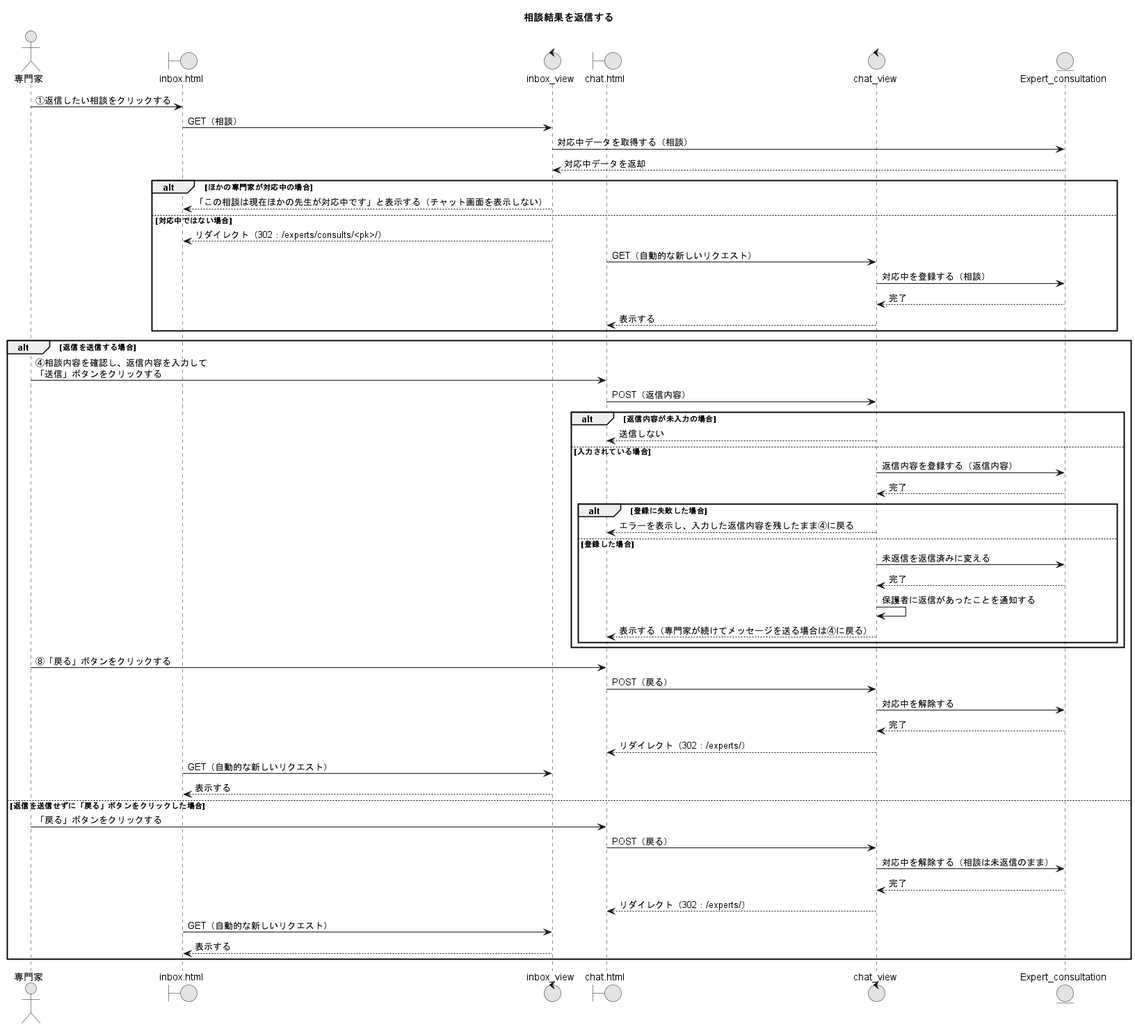
Earlier version of the PlantUML export PNG/12_相談結果を返信する.png (Ma2naga190330/26_sotugyou_puml). Its diagram source:
```plantuml
@startuml
title 相談結果を返信する
skinparam defaultFontName "Noto Sans CJK JP"
skinparam monochrome true

actor "専門家" as A
boundary "inbox.html" as IBP
control "inbox_view" as IBV
boundary "chat.html" as CP
control "chat_view" as CV
entity "Expert_consultation" as ECSM

A -> IBP : ①返信したい相談をクリックする
IBP -> IBV : GET（相談）
IBV -> ECSM : 対応中データを取得する（相談）
IBV <-- ECSM : 対応中データを返却
alt ほかの専門家が対応中の場合
  IBV --> IBP : 「この相談は現在ほかの先生が対応中です」と表示する（チャット画面を表示しない）
else 対応中ではない場合
  IBV --> IBP : リダイレクト（302：/experts/consults/<pk>/）
  CP -> CV : GET（自動的な新しいリクエスト）
  CV -> ECSM : 対応中を登録する（相談）
  CV <-- ECSM : 完了
  CV --> CP : 表示する
end

alt 返信を送信する場合
  A -> CP : ④相談内容を確認し、返信内容を入力して\n「送信」ボタンをクリックする
  CP -> CV : POST（返信内容）
  alt 返信内容が未入力の場合
    CV --> CP : 送信しない
  else 入力されている場合
    CV -> ECSM : 返信内容を登録する（返信内容）
    CV <-- ECSM : 完了
    alt 登録に失敗した場合
      CV --> CP : エラーを表示し、入力した返信内容を残したまま④に戻る
    else 登録した場合
      CV -> ECSM : 未返信を返信済みに変える
      CV <-- ECSM : 完了
      CV -> CV : 保護者に返信があったことを通知する
      CV --> CP : 表示する（専門家が続けてメッセージを送る場合は④に戻る）
    end
  end
  A -> CP : ⑧「戻る」ボタンをクリックする
  CP -> CV : POST（戻る）
  CV -> ECSM : 対応中を解除する
  CV <-- ECSM : 完了
  CV --> CP : リダイレクト（302：/experts/）
  IBP -> IBV : GET（自動的な新しいリクエスト）
  IBV --> IBP : 表示する
else 返信を送信せずに「戻る」ボタンをクリックした場合
  A -> CP : 「戻る」ボタンをクリックする
  CP -> CV : POST（戻る）
  CV -> ECSM : 対応中を解除する（相談は未返信のまま）
  CV <-- ECSM : 完了
  CV --> CP : リダイレクト（302：/experts/）
  IBP -> IBV : GET（自動的な新しいリクエスト）
  IBV --> IBP : 表示する
end
@enduml
```
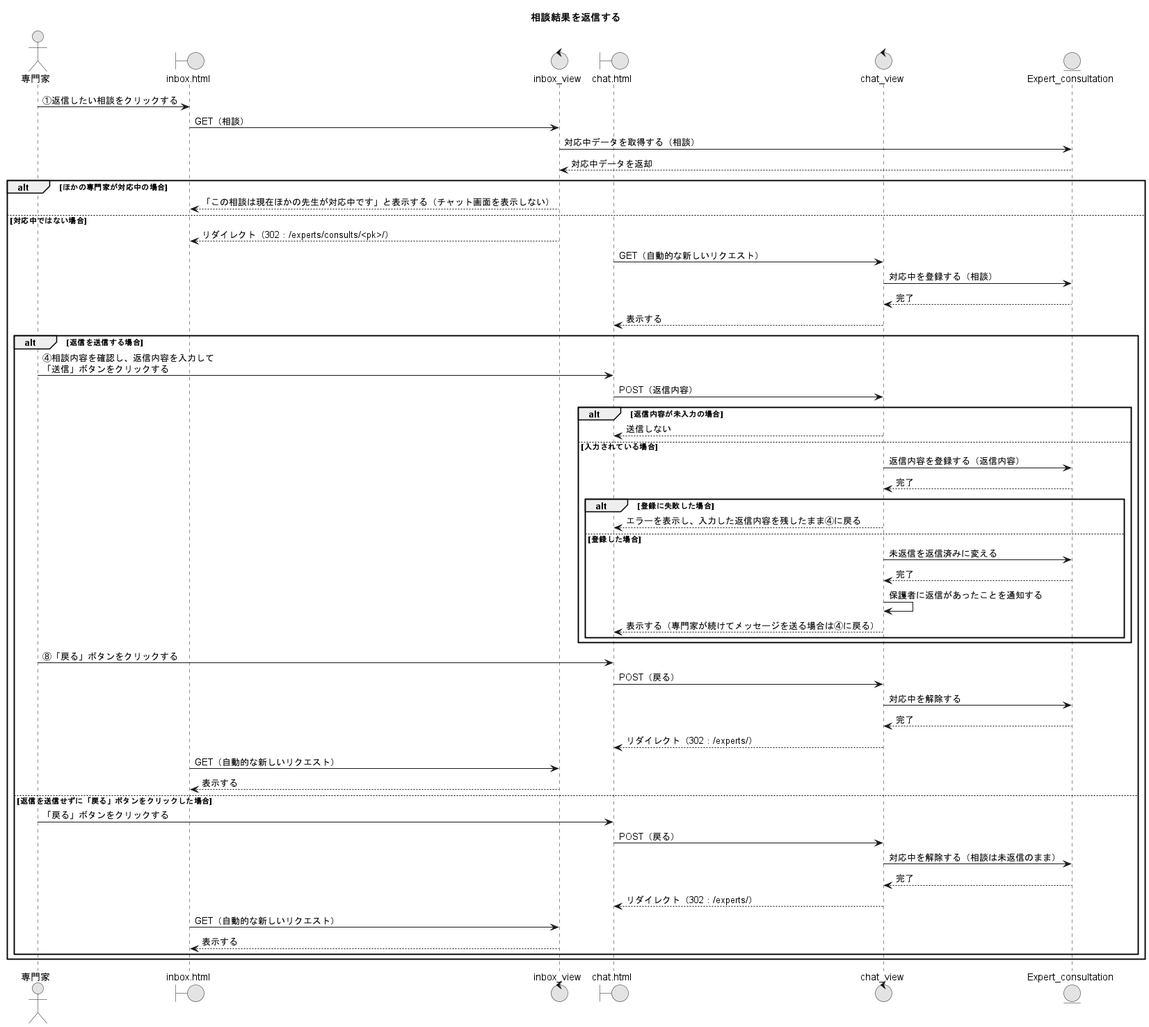
After the commit.

Diff of the diagram source:
```diff
@@ -22,39 +22,39 @@
   CV -> ECSM : 対応中を登録する（相談）
   CV <-- ECSM : 完了
   CV --> CP : 表示する
-end
 
-alt 返信を送信する場合
-  A -> CP : ④相談内容を確認し、返信内容を入力して\n「送信」ボタンをクリックする
-  CP -> CV : POST（返信内容）
-  alt 返信内容が未入力の場合
-    CV --> CP : 送信しない
-  else 入力されている場合
-    CV -> ECSM : 返信内容を登録する（返信内容）
+  alt 返信を送信する場合
+    A -> CP : ④相談内容を確認し、返信内容を入力して\n「送信」ボタンをクリックする
+    CP -> CV : POST（返信内容）
+    alt 返信内容が未入力の場合
+      CV --> CP : 送信しない
+    else 入力されている場合
+      CV -> ECSM : 返信内容を登録する（返信内容）
+      CV <-- ECSM : 完了
+      alt 登録に失敗した場合
+        CV --> CP : エラーを表示し、入力した返信内容を残したまま④に戻る
+      else 登録した場合
+        CV -> ECSM : 未返信を返信済みに変える
+        CV <-- ECSM : 完了
+        CV -> CV : 保護者に返信があったことを通知する
+        CV --> CP : 表示する（専門家が続けてメッセージを送る場合は④に戻る）
+      end
+    end
+    A -> CP : ⑧「戻る」ボタンをクリックする
+    CP -> CV : POST（戻る）
+    CV -> ECSM : 対応中を解除する
     CV <-- ECSM : 完了
-    alt 登録に失敗した場合
-      CV --> CP : エラーを表示し、入力した返信内容を残したまま④に戻る
-    else 登録した場合
-      CV -> ECSM : 未返信を返信済みに変える
-      CV <-- ECSM : 完了
-      CV -> CV : 保護者に返信があったことを通知する
-      CV --> CP : 表示する（専門家が続けてメッセージを送る場合は④に戻る）
-    end
+    CV --> CP : リダイレクト（302：/experts/）
+    IBP -> IBV : GET（自動的な新しいリクエスト）
+    IBV --> IBP : 表示する
+  else 返信を送信せずに「戻る」ボタンをクリックした場合
+    A -> CP : 「戻る」ボタンをクリックする
+    CP -> CV : POST（戻る）
+    CV -> ECSM : 対応中を解除する（相談は未返信のまま）
+    CV <-- ECSM : 完了
+    CV --> CP : リダイレクト（302：/experts/）
+    IBP -> IBV : GET（自動的な新しいリクエスト）
+    IBV --> IBP : 表示する
   end
-  A -> CP : ⑧「戻る」ボタンをクリックする
-  CP -> CV : POST（戻る）
-  CV -> ECSM : 対応中を解除する
-  CV <-- ECSM : 完了
-  CV --> CP : リダイレクト（302：/experts/）
-  IBP -> IBV : GET（自動的な新しいリクエスト）
-  IBV --> IBP : 表示する
-else 返信を送信せずに「戻る」ボタンをクリックした場合
-  A -> CP : 「戻る」ボタンをクリックする
-  CP -> CV : POST（戻る）
-  CV -> ECSM : 対応中を解除する（相談は未返信のまま）
-  CV <-- ECSM : 完了
-  CV --> CP : リダイレクト（302：/experts/）
-  IBP -> IBV : GET（自動的な新しいリクエスト）
-  IBV --> IBP : 表示する
 end
 @enduml
```
